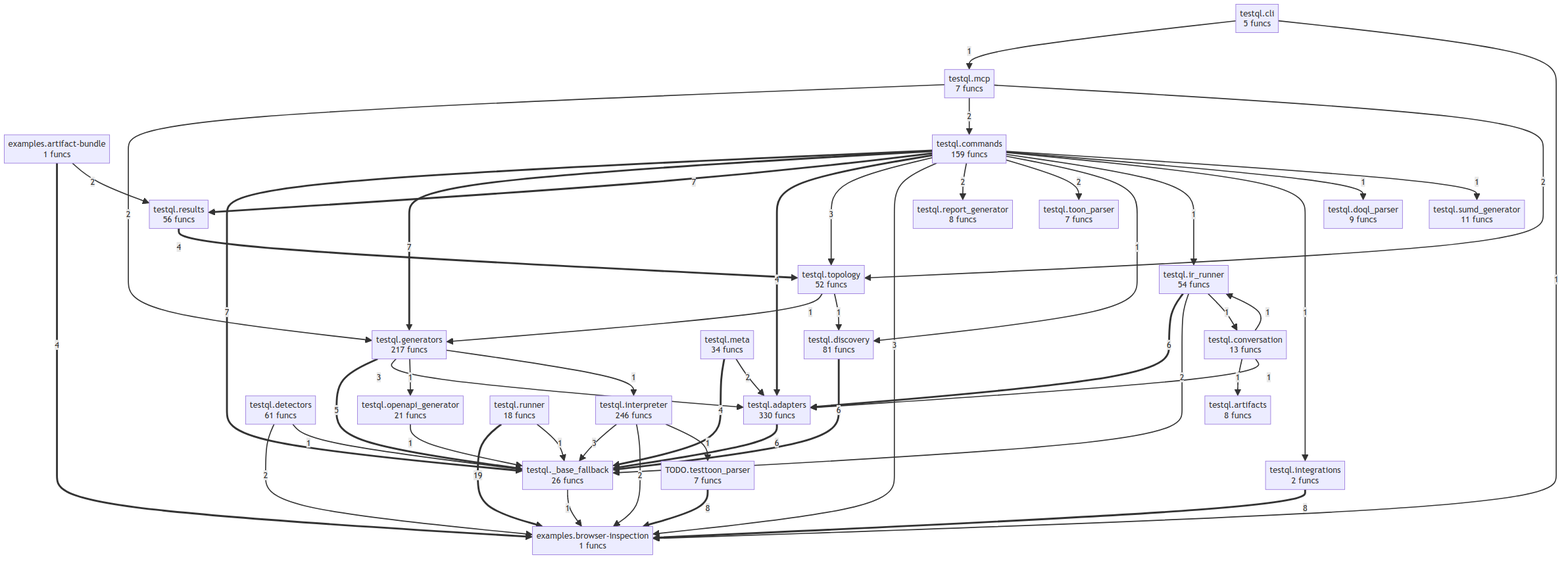
Above: project/compact_flow.png in oqlos/testql (Mermaid), before the change. Its source is kept beside it as project/compact_flow.mmd.
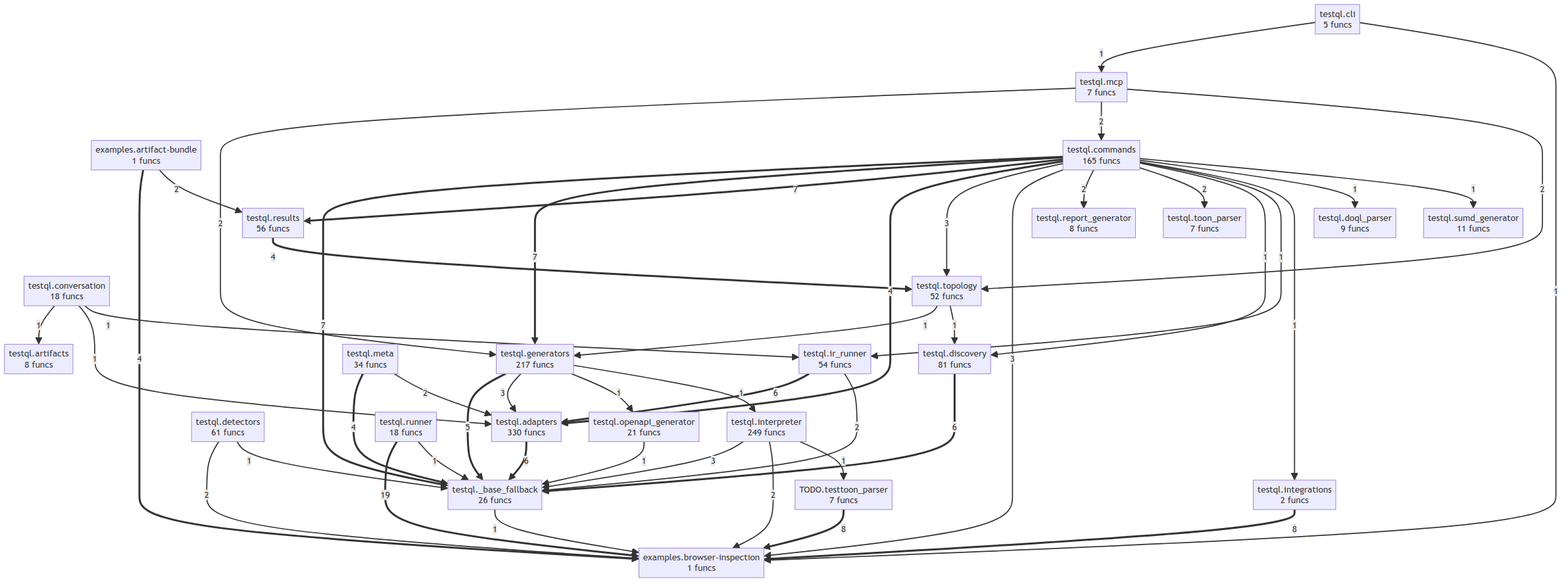
After the commit.

What changed in the source:
```diff
@@ -6,14 +6,14 @@
     testql__adapters["testql.adapters<br/>330 funcs"]
     testql__artifacts["testql.artifacts<br/>8 funcs"]
     testql__cli["testql.cli<br/>5 funcs"]
-    testql__commands["testql.commands<br/>159 funcs"]
-    testql__conversation["testql.conversation<br/>13 funcs"]
+    testql__commands["testql.commands<br/>165 funcs"]
+    testql__conversation["testql.conversation<br/>18 funcs"]
     testql__detectors["testql.detectors<br/>61 funcs"]
     testql__discovery["testql.discovery<br/>81 funcs"]
     testql__doql_parser["testql.doql_parser<br/>9 funcs"]
     testql__generators["testql.generators<br/>217 funcs"]
     testql__integrations["testql.integrations<br/>2 funcs"]
-    testql__interpreter["testql.interpreter<br/>246 funcs"]
+    testql__interpreter["testql.interpreter<br/>249 funcs"]
     testql__ir_runner["testql.ir_runner<br/>54 funcs"]
     testql__mcp["testql.mcp<br/>7 funcs"]
     testql__meta["testql.meta<br/>34 funcs"]
@@ -63,12 +63,11 @@
     testql__commands -->|1| testql__doql_parser
     testql__commands -->|1| testql__sumd_generator
     testql__interpreter -->|1| TODO__testtoon_parser
+    testql__generators -->|1| testql__openapi_generator
+    testql__generators -->|1| testql__interpreter
+    testql__detectors -->|1| testql___base_fallback
+    testql__topology -->|1| testql__generators
+    testql__topology -->|1| testql__discovery
     testql__conversation -->|1| testql__artifacts
     testql__conversation -->|1| testql__adapters
     testql__conversation -->|1| testql__ir_runner
-    testql__generators -->|1| testql__openapi_generator
-    testql__generators -->|1| testql__interpreter
-    testql__detectors -->|1| testql___base_fallback
-    testql__ir_runner -->|1| testql__conversation
-    testql__topology -->|1| testql__generators
-    testql__topology -->|1| testql__discovery
```
